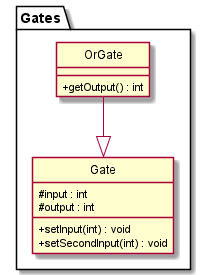
Above: docs/diagrams/OrGateClassDiagram.png in sevenseasofbri/tp (PlantUML), before the change.
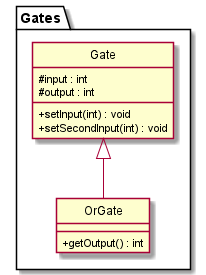
After the change.

Diff of the diagram source:
```diff
@@ -18,5 +18,5 @@
 
 }
 
-Or --|> Gate
+Or -u-|> Gate
 @enduml
```
